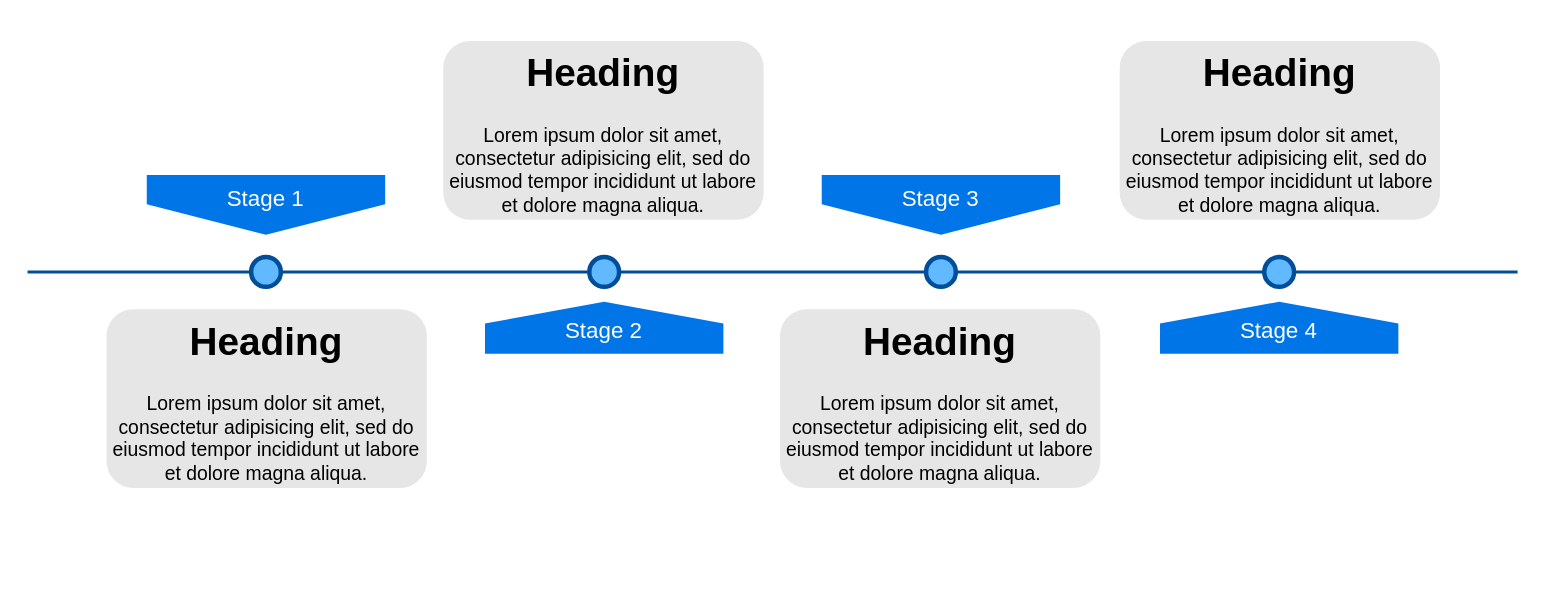
The draw.io diagram 未命名绘图.drawio in observer426/testForGit, before the edit. Source tidied: cells renumbered, new cells numbered last; positions are measured from the earlier drawing's top-left corner, leaving out a move shared by most shapes. Both pictures are drawn from the tidied source at 149%, with x=0, y=0 at pixel (27, 40).
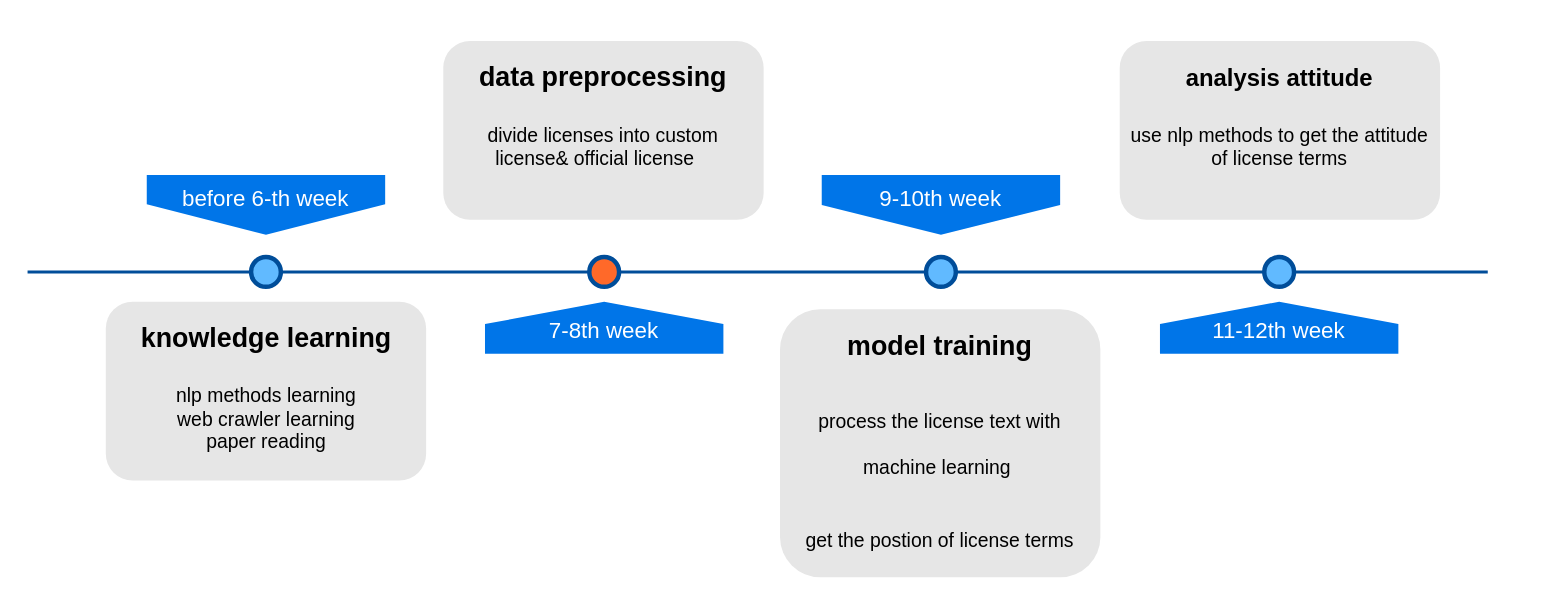
Above is the later version.

Change to the diagram source:
```diff
@@
 <mxGraphModel>
   <root>
     <mxCell id="0" />
     <mxCell id="1" parent="0" />
     <mxCell id="2" style="line;strokeWidth=2;html=1;fillColor=none;fontSize=28;fontColor=#004D99;strokeColor=#004D99;" parent="1" vertex="1">
-      <mxGeometry y="150" width="1000" height="10" as="geometry" />
+      <mxGeometry y="150" width="980" height="10" as="geometry" />
     </mxCell>
-    <mxCell id="3" value="Stage 1" style="shape=offPageConnector;whiteSpace=wrap;html=1;fillColor=#0075E8;fontSize=15;fontColor=#FFFFFF;size=0.5093750000000015;verticalAlign=top;strokeColor=none;" parent="1" vertex="1">
+    <mxCell id="3" value="before 6-th week" style="shape=offPageConnector;whiteSpace=wrap;html=1;fillColor=#0075E8;fontSize=15;fontColor=#FFFFFF;size=0.5093750000000015;verticalAlign=top;strokeColor=none;" parent="1" vertex="1">
       <mxGeometry x="80" y="90" width="160" height="40" as="geometry" />
     </mxCell>
-    <mxCell id="4" value="&lt;span&gt;Stage 3&lt;/span&gt;" style="shape=offPageConnector;whiteSpace=wrap;html=1;fillColor=#0075E8;fontSize=15;fontColor=#FFFFFF;size=0.5093750000000015;verticalAlign=top;strokeColor=none;" parent="1" vertex="1">
+    <mxCell id="4" value="9-10th week" style="shape=offPageConnector;whiteSpace=wrap;html=1;fillColor=#0075E8;fontSize=15;fontColor=#FFFFFF;size=0.5;verticalAlign=top;strokeColor=none;" parent="1" vertex="1">
       <mxGeometry x="533" y="90" width="160" height="40" as="geometry" />
     </mxCell>
-    <mxCell id="5" value="&lt;span&gt;Stage 2&lt;/span&gt;" style="shape=offPageConnector;whiteSpace=wrap;html=1;fillColor=#0075E8;fontSize=15;fontColor=#FFFFFF;size=0.4178571428571445;flipV=1;verticalAlign=bottom;strokeColor=none;spacingBottom=4;" parent="1" vertex="1">
+    <mxCell id="5" value="7-8th week" style="shape=offPageConnector;whiteSpace=wrap;html=1;fillColor=#0075E8;fontSize=15;fontColor=#FFFFFF;size=0.42857142857142855;flipV=1;verticalAlign=bottom;strokeColor=none;spacingBottom=4;" parent="1" vertex="1">
       <mxGeometry x="307" y="175" width="160" height="35" as="geometry" />
     </mxCell>
-    <mxCell id="6" value="&lt;span&gt;Stage 4&lt;/span&gt;" style="shape=offPageConnector;whiteSpace=wrap;html=1;fillColor=#0075E8;fontSize=15;fontColor=#FFFFFF;size=0.4178571428571445;flipV=1;verticalAlign=bottom;strokeColor=none;spacingBottom=4;" parent="1" vertex="1">
+    <mxCell id="6" value="11-12th week" style="shape=offPageConnector;whiteSpace=wrap;html=1;fillColor=#0075E8;fontSize=15;fontColor=#FFFFFF;size=0.42857142857142855;flipV=1;verticalAlign=bottom;strokeColor=none;spacingBottom=4;" parent="1" vertex="1">
       <mxGeometry x="760" y="175" width="160" height="35" as="geometry" />
     </mxCell>
     <mxCell id="7" style="ellipse;whiteSpace=wrap;html=1;fillColor=#61BAFF;fontSize=28;fontColor=#004D99;strokeWidth=3;strokeColor=#004D99;" parent="1" vertex="1">
       <mxGeometry x="150" y="145" width="20" height="20" as="geometry" />
     </mxCell>
-    <mxCell id="8" style="ellipse;whiteSpace=wrap;html=1;fillColor=#61BAFF;fontSize=28;fontColor=#004D99;strokeWidth=3;strokeColor=#004D99;" parent="1" vertex="1">
+    <mxCell id="8" style="ellipse;whiteSpace=wrap;html=1;fillColor=#FF6929;fontSize=28;fontColor=#004D99;strokeWidth=3;strokeColor=#004D99;" parent="1" vertex="1">
       <mxGeometry x="377" y="145" width="20" height="20" as="geometry" />
     </mxCell>
     <mxCell id="9" style="ellipse;whiteSpace=wrap;html=1;fillColor=#61BAFF;fontSize=28;fontColor=#004D99;strokeWidth=3;strokeColor=#004D99;" parent="1" vertex="1">
       <mxGeometry x="603" y="145" width="20" height="20" as="geometry" />
     </mxCell>
     <mxCell id="10" style="ellipse;whiteSpace=wrap;html=1;fillColor=#61BAFF;fontSize=28;fontColor=#004D99;strokeWidth=3;strokeColor=#004D99;" parent="1" vertex="1">
       <mxGeometry x="830" y="145" width="20" height="20" as="geometry" />
     </mxCell>
-    <mxCell id="11" value="&lt;h1&gt;Heading&lt;/h1&gt;&lt;p&gt;Lorem ipsum dolor sit amet, consectetur adipisicing elit, sed do eiusmod tempor incididunt ut labore et dolore magna aliqua.&lt;/p&gt;" style="text;html=1;spacing=5;spacingTop=-20;whiteSpace=wrap;overflow=hidden;strokeColor=none;strokeWidth=3;fillColor=#E6E6E6;fontSize=13;fontColor=#000000;align=center;rounded=1;" parent="1" vertex="1">
-      <mxGeometry x="53" y="180" width="215" height="120" as="geometry" />
+    <mxCell id="11" value="&lt;h1&gt;&lt;span style=&quot;font-size: 18px;&quot;&gt;knowledge learning&lt;/span&gt;&lt;/h1&gt;&lt;div&gt;nlp methods learning&lt;/div&gt;&lt;div&gt;web crawler learning&lt;/div&gt;&lt;div&gt;paper reading&lt;/div&gt;" style="text;html=1;spacing=5;spacingTop=-20;whiteSpace=wrap;overflow=hidden;strokeColor=none;strokeWidth=3;fillColor=#E6E6E6;fontSize=13;fontColor=#000000;align=center;rounded=1;" parent="1" vertex="1">
+      <mxGeometry x="52.5" y="175" width="215" height="120" as="geometry" />
     </mxCell>
-    <mxCell id="12" value="&lt;h1&gt;Heading&lt;/h1&gt;&lt;p&gt;Lorem ipsum dolor sit amet, consectetur adipisicing elit, sed do eiusmod tempor incididunt ut labore et dolore magna aliqua.&lt;/p&gt;" style="text;html=1;spacing=5;spacingTop=-20;whiteSpace=wrap;overflow=hidden;strokeColor=none;strokeWidth=3;fillColor=#E6E6E6;fontSize=13;fontColor=#000000;align=center;rounded=1;" parent="1" vertex="1">
+    <mxCell id="12" value="&lt;h1&gt;&lt;font style=&quot;font-size: 18px;&quot;&gt;data preprocessing&lt;/font&gt;&lt;/h1&gt;&lt;div&gt;divide licenses into custom license&amp;amp; official license &lt;span style=&quot;background-color: initial;&quot;&gt;&amp;nbsp;&amp;nbsp;&lt;/span&gt;&lt;/div&gt;" style="text;html=1;spacing=5;spacingTop=-20;whiteSpace=wrap;overflow=hidden;strokeColor=none;strokeWidth=3;fillColor=#E6E6E6;fontSize=13;fontColor=#000000;align=center;rounded=1;" parent="1" vertex="1">
       <mxGeometry x="279" width="215" height="120" as="geometry" />
     </mxCell>
-    <mxCell id="13" value="&lt;h1&gt;Heading&lt;/h1&gt;&lt;p&gt;Lorem ipsum dolor sit amet, consectetur adipisicing elit, sed do eiusmod tempor incididunt ut labore et dolore magna aliqua.&lt;/p&gt;" style="text;html=1;spacing=5;spacingTop=-20;whiteSpace=wrap;overflow=hidden;strokeColor=none;strokeWidth=3;fillColor=#E6E6E6;fontSize=13;fontColor=#000000;align=center;rounded=1;" parent="1" vertex="1">
-      <mxGeometry x="505" y="180" width="215" height="120" as="geometry" />
+    <mxCell id="13" value="&lt;h1&gt;&lt;font style=&quot;font-size: 18px;&quot;&gt;model training&lt;/font&gt;&lt;/h1&gt;&lt;h1&gt;&lt;span style=&quot;background-color: initial; font-size: 13px; font-weight: normal;&quot;&gt;process the license text with machine learning&amp;nbsp;&lt;/span&gt;&lt;/h1&gt;&lt;h1&gt;&lt;font style=&quot;font-size: 13px;&quot;&gt;&lt;span style=&quot;font-weight: normal;&quot;&gt;get the postion of license terms&lt;/span&gt;&lt;/font&gt;&lt;/h1&gt;" style="text;html=1;spacing=5;spacingTop=-20;whiteSpace=wrap;overflow=hidden;strokeColor=none;strokeWidth=3;fillColor=#E6E6E6;fontSize=13;fontColor=#000000;align=center;rounded=1;" parent="1" vertex="1">
+      <mxGeometry x="505" y="180" width="215" height="180" as="geometry" />
     </mxCell>
-    <mxCell id="14" value="&lt;h1&gt;Heading&lt;/h1&gt;&lt;p&gt;Lorem ipsum dolor sit amet, consectetur adipisicing elit, sed do eiusmod tempor incididunt ut labore et dolore magna aliqua.&lt;/p&gt;" style="text;html=1;spacing=5;spacingTop=-20;whiteSpace=wrap;overflow=hidden;strokeColor=none;strokeWidth=3;fillColor=#E6E6E6;fontSize=13;fontColor=#000000;align=center;rounded=1;" parent="1" vertex="1">
+    <mxCell id="14" value="&lt;h1&gt;&lt;font size=&quot;3&quot;&gt;analysis attitude&lt;/font&gt;&lt;/h1&gt;&lt;div&gt;use nlp methods to get the attitude of license terms&lt;/div&gt;" style="text;html=1;spacing=5;spacingTop=-20;whiteSpace=wrap;overflow=hidden;strokeColor=none;strokeWidth=3;fillColor=#E6E6E6;fontSize=13;fontColor=#000000;align=center;rounded=1;" parent="1" vertex="1">
       <mxGeometry x="733" width="215" height="120" as="geometry" />
     </mxCell>
   </root>
 </mxGraphModel>
```
